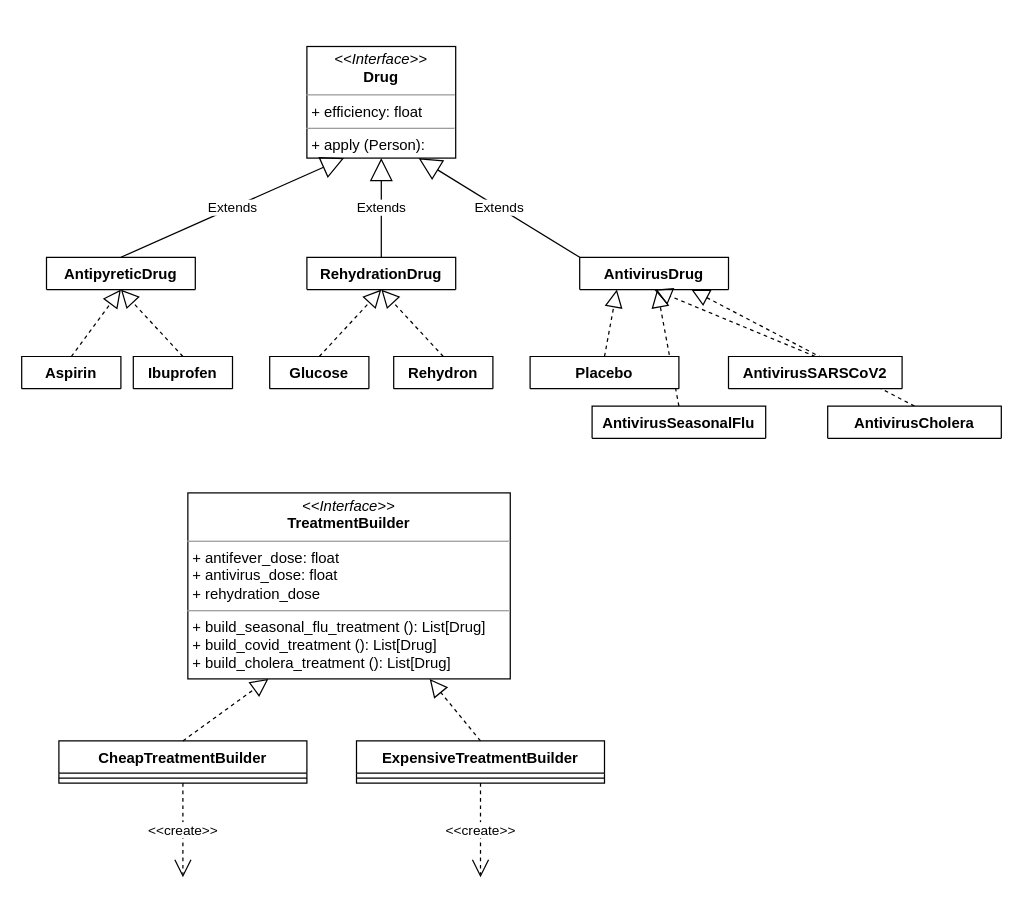
Before: diagrams/2.4. Creational TreatmentBuilder.drawio in rolkon/covid-gof-patterns, a draw.io diagram. Source tidied: cells renumbered, new cells numbered last; positions are measured from the earlier drawing's top-left corner, leaving out a move shared by most shapes. Both pictures are drawn from the tidied source at 124%, with x=0, y=0 at pixel (21, 46).
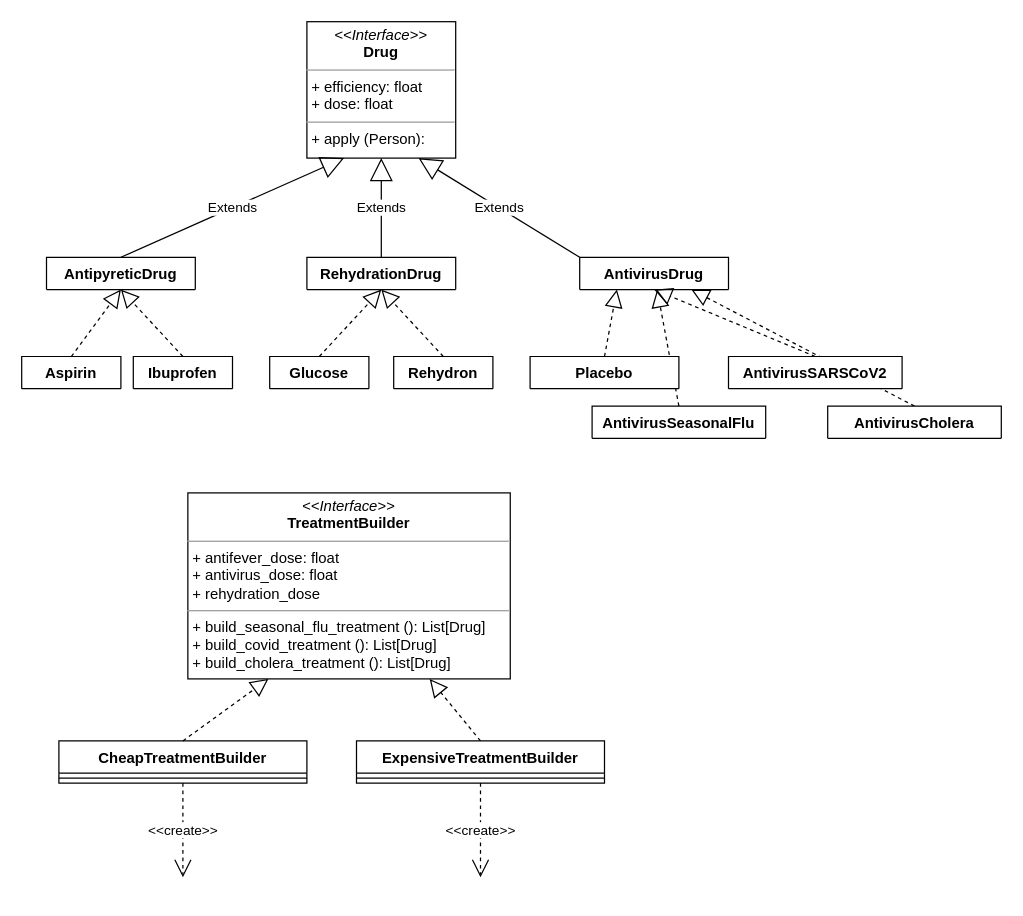
The same diagram, later.

Change to the diagram source:
```diff
@@
-    <mxCell id="2" value="&lt;p style=&quot;margin: 0px ; margin-top: 4px ; text-align: center&quot;&gt;&lt;i&gt;&amp;lt;&amp;lt;Interface&amp;gt;&amp;gt;&lt;/i&gt;&lt;br&gt;&lt;b&gt;Drug&lt;/b&gt;&lt;/p&gt;&lt;hr size=&quot;1&quot;&gt;&lt;p style=&quot;margin: 0px ; margin-left: 4px&quot;&gt;+ efficiency: float&lt;br&gt;&lt;/p&gt;&lt;hr size=&quot;1&quot;&gt;&lt;p style=&quot;margin: 0px ; margin-left: 4px&quot;&gt;+ apply (Person):&amp;nbsp;&lt;br&gt;&lt;/p&gt;" style="verticalAlign=top;align=left;overflow=fill;fontSize=12;fontFamily=Helvetica;html=1;" parent="1" vertex="1">
-      <mxGeometry x="230" width="120" height="90" as="geometry" />
+    <mxCell id="2" value="&lt;p style=&quot;margin: 0px ; margin-top: 4px ; text-align: center&quot;&gt;&lt;i&gt;&amp;lt;&amp;lt;Interface&amp;gt;&amp;gt;&lt;/i&gt;&lt;br&gt;&lt;b&gt;Drug&lt;/b&gt;&lt;/p&gt;&lt;hr size=&quot;1&quot;&gt;&lt;p style=&quot;margin: 0px ; margin-left: 4px&quot;&gt;+ efficiency: float&lt;br&gt;&lt;/p&gt;&lt;p style=&quot;margin: 0px ; margin-left: 4px&quot;&gt;+ dose: float&lt;/p&gt;&lt;hr size=&quot;1&quot;&gt;&lt;p style=&quot;margin: 0px ; margin-left: 4px&quot;&gt;+ apply (Person):&amp;nbsp;&lt;br&gt;&lt;/p&gt;" style="verticalAlign=top;align=left;overflow=fill;fontSize=12;fontFamily=Helvetica;html=1;" parent="1" vertex="1">
+      <mxGeometry x="230" y="-20" width="120" height="110" as="geometry" />
     </mxCell>
```
